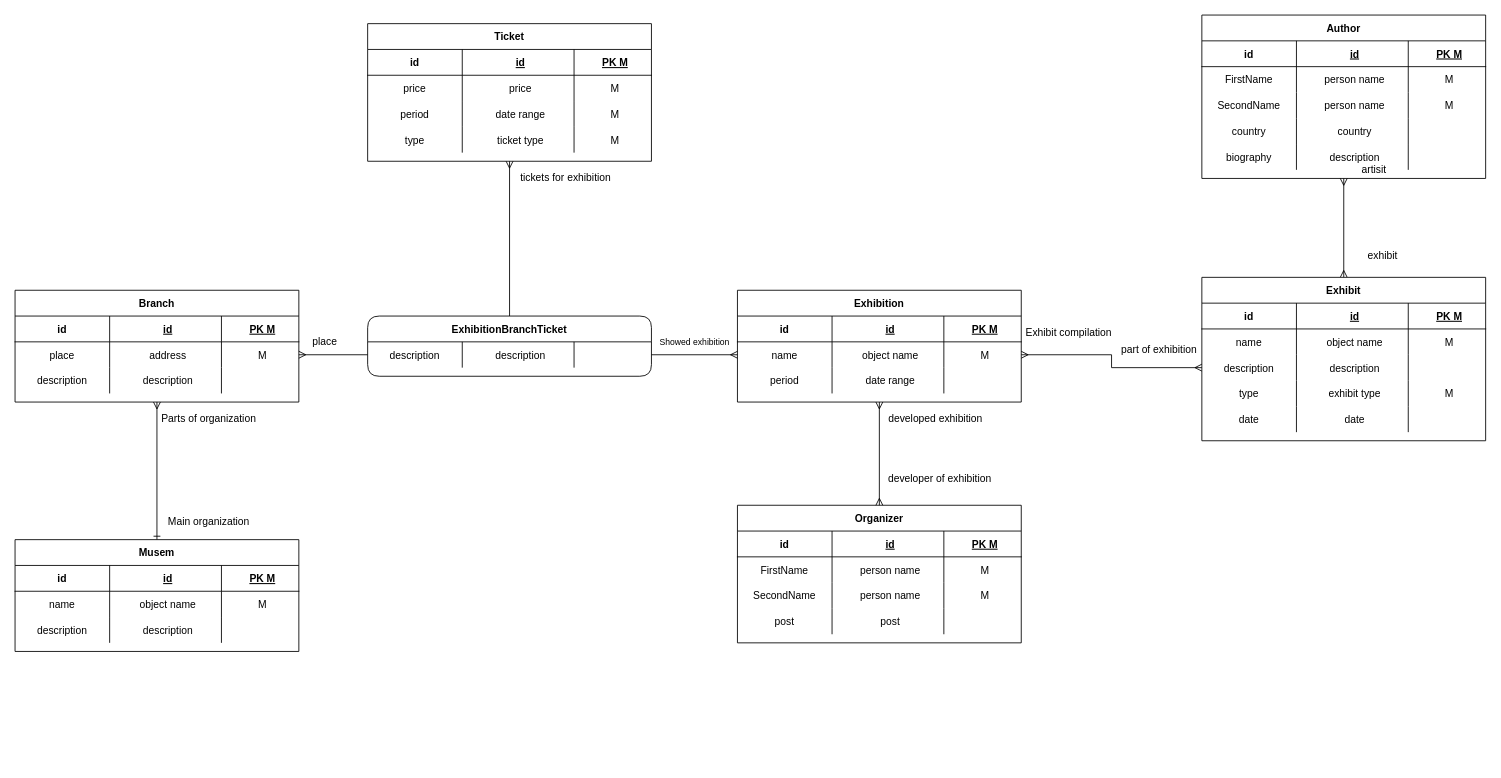
sergalb/db-musem-project keeps this draw.io diagram as Musem.drawio. Above is the earlier version. Source tidied: cells renumbered, new cells numbered last; positions are measured from the earlier drawing's top-left corner, leaving out a move shared by most shapes. Both pictures are drawn from the tidied source at 86%, with x=0, y=0 at pixel (15, 15).
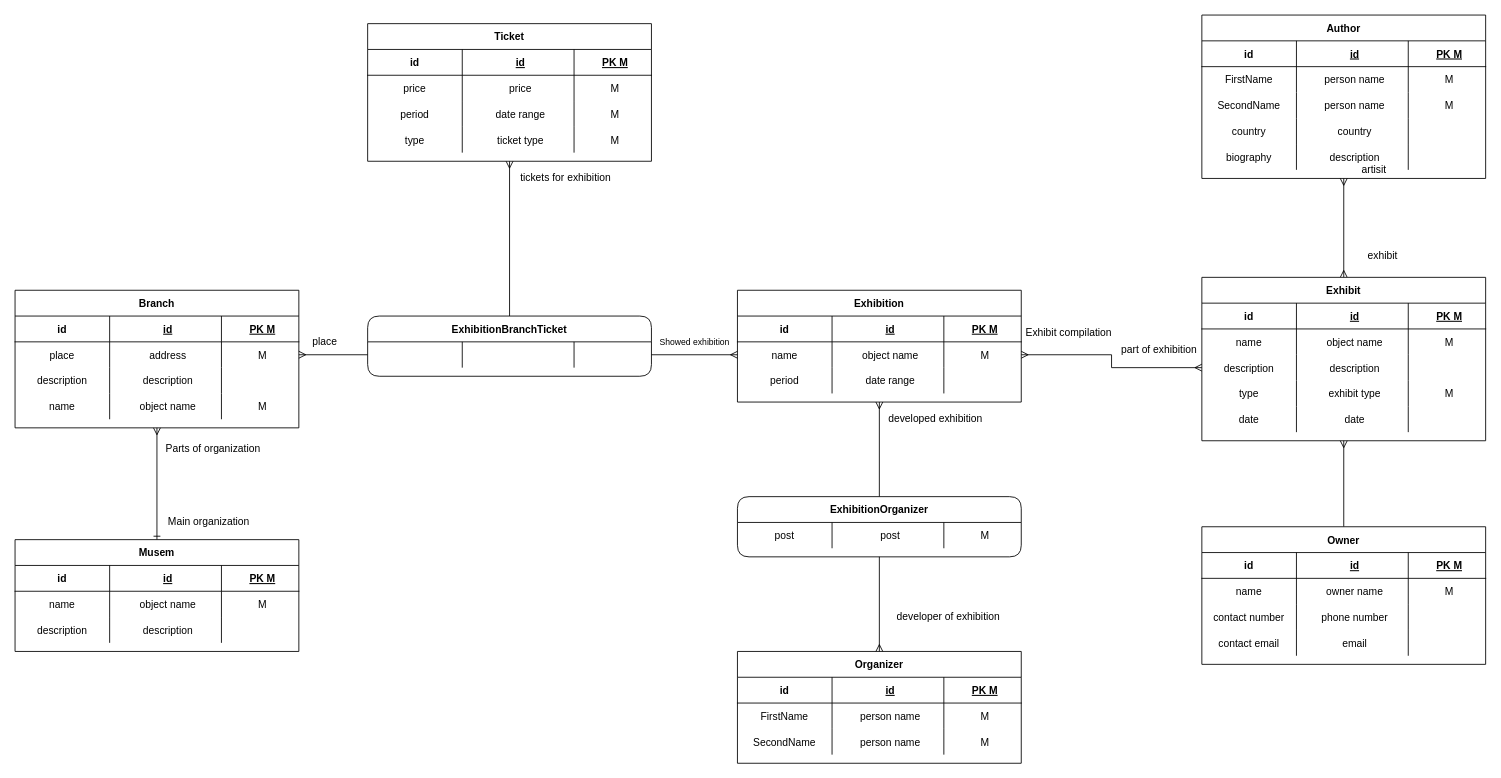
The same page after the edit.

Unchanged cells that the change refers to:
```xml
<mxCell id="30" value="Exhibit" style="shape=table;startSize=30;childLayout=tableLayout;rowLines=0;fontStyle=1;align=center;" parent="1" vertex="1">
  <mxGeometry x="1380" y="305" width="330" height="190" as="geometry" />
</mxCell>
<mxCell id="90" value="Exhibition" style="shape=table;startSize=30;childLayout=tableLayout;rowLines=0;fontStyle=1;align=center;" parent="1" vertex="1">
  <mxGeometry x="840" y="320" width="330" height="130" as="geometry" />
</mxCell>
<mxCell id="123" style="shape=partialRectangle;fillColor=none;top=0;left=0;bottom=0;right=0;points=[[0,0.5],[1,0.5]];portConstraint=eastwest;align=center;" parent="122" vertex="1">
  <mxGeometry y="30" width="330" height="30" as="geometry" />
</mxCell>
```

Change to the diagram source:
```diff
@@
     <mxCell id="16" value="Branch" style="shape=table;startSize=30;childLayout=tableLayout;rowLines=0;fontStyle=1;align=center;" parent="1" vertex="1">
-      <mxGeometry y="320" width="330" height="130" as="geometry" />
+      <mxGeometry y="320" width="330" height="160" as="geometry" />
     </mxCell>
@@
+    <mxCell id="140" style="shape=partialRectangle;fillColor=none;top=0;left=0;bottom=0;right=0;align=center;" parent="16" vertex="1">
+      <mxGeometry y="120" width="330" height="30" as="geometry" />
+    </mxCell>
+    <mxCell id="141" value="name" style="shape=partialRectangle;fillColor=none;top=0;left=0;bottom=0;right=0;overflow=hidden;align=center;" parent="140" vertex="1">
+      <mxGeometry width="110" height="30" as="geometry" />
+    </mxCell>
+    <mxCell id="142" value="object name" style="shape=partialRectangle;fillColor=none;top=0;left=0;bottom=0;right=0;align=center;spacingLeft=6;overflow=hidden;" parent="140" vertex="1">
+      <mxGeometry x="110" width="130" height="30" as="geometry" />
+    </mxCell>
+    <mxCell id="143" value="M" style="shape=partialRectangle;fillColor=none;top=0;left=0;bottom=0;right=0;align=center;spacingLeft=6;overflow=hidden;" parent="140" vertex="1">
+      <mxGeometry x="240" width="90" height="30" as="geometry" />
+    </mxCell>
@@
     <mxCell id="72" value="Organizer" style="shape=table;startSize=30;childLayout=tableLayout;rowLines=0;fontStyle=1;align=center;" parent="1" vertex="1">
-      <mxGeometry x="840" y="570" width="330" height="160" as="geometry" />
+      <mxGeometry x="840" y="740" width="330" height="130" as="geometry" />
     </mxCell>
@@
-    <mxCell id="85" style="shape=partialRectangle;fillColor=none;top=0;left=0;bottom=0;right=0;align=center;" parent="72" vertex="1">
-      <mxGeometry y="120" width="330" height="30" as="geometry" />
-    </mxCell>
-    <mxCell id="86" value="post" style="shape=partialRectangle;fillColor=none;top=0;left=0;bottom=0;right=0;overflow=hidden;align=center;" parent="85" vertex="1">
-      <mxGeometry width="110" height="30" as="geometry" />
-    </mxCell>
-    <mxCell id="87" value="post" style="shape=partialRectangle;fillColor=none;top=0;left=0;bottom=0;right=0;align=center;spacingLeft=6;overflow=hidden;" parent="85" vertex="1">
-      <mxGeometry x="110" width="130" height="30" as="geometry" />
-    </mxCell>
-    <mxCell id="88" style="shape=partialRectangle;fillColor=none;top=0;left=0;bottom=0;right=0;align=center;spacingLeft=6;overflow=hidden;" parent="85" vertex="1">
-      <mxGeometry x="240" width="90" height="30" as="geometry" />
-    </mxCell>
-    <mxCell id="89" style="edgeStyle=orthogonalEdgeStyle;rounded=0;jettySize=auto;html=1;exitX=0.5;exitY=1;exitDx=0;exitDy=0;entryX=0.5;entryY=0;entryDx=0;entryDy=0;startArrow=ERmany;startFill=0;endArrow=ERmany;endFill=0;" parent="1" edge="1" source="90" target="72">
-      <mxGeometry relative="1" as="geometry" />
-    </mxCell>
@@
-    <mxCell id="124" value="description" style="shape=partialRectangle;fillColor=none;top=0;left=0;bottom=0;right=0;overflow=hidden;align=center;" parent="123" vertex="1">
+    <mxCell id="124" style="shape=partialRectangle;fillColor=none;top=0;left=0;bottom=0;right=0;overflow=hidden;align=center;" parent="123" vertex="1">
       <mxGeometry width="110" height="30" as="geometry" />
     </mxCell>
-    <mxCell id="125" value="description" style="shape=partialRectangle;fillColor=none;top=0;left=0;bottom=0;right=0;align=center;spacingLeft=6;overflow=hidden;" parent="123" vertex="1">
+    <mxCell id="125" style="shape=partialRectangle;fillColor=none;top=0;left=0;bottom=0;right=0;align=center;spacingLeft=6;overflow=hidden;" parent="123" vertex="1">
       <mxGeometry x="110" width="130" height="30" as="geometry" />
     </mxCell>
@@
     <mxCell id="130" value="Parts of organization" style="text;html=1;align=center;verticalAlign=middle;fillColor=none;strokeColor=none;rounded=0;" parent="1" vertex="1">
-      <mxGeometry x="165" y="460" width="120" height="20" as="geometry" />
+      <mxGeometry x="170" y="495" width="120" height="20" as="geometry" />
     </mxCell>
@@
     <mxCell id="135" value="&lt;div&gt;developer of exhibition&lt;/div&gt;" style="text;html=1;align=center;verticalAlign=middle;" parent="1" vertex="1">
-      <mxGeometry x="1010" y="530" width="130" height="20" as="geometry" />
+      <mxGeometry x="1020" y="690" width="130" height="20" as="geometry" />
     </mxCell>
@@
+    <mxCell id="144" style="edgeStyle=orthogonalEdgeStyle;rounded=0;jettySize=auto;html=1;exitX=0.5;exitY=0;exitDx=0;exitDy=0;entryX=0.5;entryY=1;entryDx=0;entryDy=0;startArrow=none;startFill=0;endArrow=ERmany;endFill=0;" parent="1" edge="1" source="145" target="30">
+      <mxGeometry relative="1" as="geometry" />
+    </mxCell>
+    <mxCell id="145" value="Owner" style="shape=table;startSize=30;childLayout=tableLayout;rowLines=0;fontStyle=1;align=center;" parent="1" vertex="1">
+      <mxGeometry x="1380" y="595" width="330" height="160" as="geometry" />
+    </mxCell>
+    <mxCell id="146" style="shape=partialRectangle;fillColor=none;top=0;left=0;bottom=1;right=0;align=center;" parent="145" vertex="1">
+      <mxGeometry y="30" width="330" height="30" as="geometry" />
+    </mxCell>
+    <mxCell id="147" value="id" style="shape=partialRectangle;fillColor=none;top=0;left=0;bottom=0;right=0;fontStyle=1;overflow=hidden;align=center;" parent="146" vertex="1">
+      <mxGeometry width="110" height="30" as="geometry" />
+    </mxCell>
+    <mxCell id="148" value="id" style="shape=partialRectangle;fillColor=none;top=0;left=0;bottom=0;right=0;align=center;spacingLeft=6;fontStyle=5;overflow=hidden;" parent="146" vertex="1">
+      <mxGeometry x="110" width="130" height="30" as="geometry" />
+    </mxCell>
+    <mxCell id="149" value="PK M" style="shape=partialRectangle;fillColor=none;top=0;left=0;bottom=0;right=0;align=center;spacingLeft=6;fontStyle=5;overflow=hidden;" parent="146" vertex="1">
+      <mxGeometry x="240" width="90" height="30" as="geometry" />
+    </mxCell>
+    <mxCell id="150" style="shape=partialRectangle;fillColor=none;top=0;left=0;bottom=0;right=0;align=center;" parent="145" vertex="1">
+      <mxGeometry y="60" width="330" height="30" as="geometry" />
+    </mxCell>
+    <mxCell id="151" value="name" style="shape=partialRectangle;fillColor=none;top=0;left=0;bottom=0;right=0;overflow=hidden;align=center;" parent="150" vertex="1">
+      <mxGeometry width="110" height="30" as="geometry" />
+    </mxCell>
+    <mxCell id="152" value="owner name" style="shape=partialRectangle;fillColor=none;top=0;left=0;bottom=0;right=0;align=center;spacingLeft=6;overflow=hidden;" parent="150" vertex="1">
+      <mxGeometry x="110" width="130" height="30" as="geometry" />
+    </mxCell>
+    <mxCell id="153" value="M" style="shape=partialRectangle;fillColor=none;top=0;left=0;bottom=0;right=0;align=center;spacingLeft=6;overflow=hidden;" parent="150" vertex="1">
+      <mxGeometry x="240" width="90" height="30" as="geometry" />
+    </mxCell>
+    <mxCell id="154" style="shape=partialRectangle;fillColor=none;top=0;left=0;bottom=0;right=0;align=center;" parent="145" vertex="1">
+      <mxGeometry y="90" width="330" height="30" as="geometry" />
+    </mxCell>
+    <mxCell id="155" value="contact number" style="shape=partialRectangle;fillColor=none;top=0;left=0;bottom=0;right=0;overflow=hidden;align=center;" parent="154" vertex="1">
+      <mxGeometry width="110" height="30" as="geometry" />
+    </mxCell>
+    <mxCell id="156" value="phone number" style="shape=partialRectangle;fillColor=none;top=0;left=0;bottom=0;right=0;align=center;spacingLeft=6;overflow=hidden;" parent="154" vertex="1">
+      <mxGeometry x="110" width="130" height="30" as="geometry" />
+    </mxCell>
+    <mxCell id="157" style="shape=partialRectangle;fillColor=none;top=0;left=0;bottom=0;right=0;align=center;spacingLeft=6;overflow=hidden;" parent="154" vertex="1">
+      <mxGeometry x="240" width="90" height="30" as="geometry" />
+    </mxCell>
+    <mxCell id="158" style="shape=partialRectangle;fillColor=none;top=0;left=0;bottom=0;right=0;align=center;" parent="145" vertex="1">
+      <mxGeometry y="120" width="330" height="30" as="geometry" />
+    </mxCell>
+    <mxCell id="159" value="contact email" style="shape=partialRectangle;fillColor=none;top=0;left=0;bottom=0;right=0;overflow=hidden;align=center;" parent="158" vertex="1">
+      <mxGeometry width="110" height="30" as="geometry" />
+    </mxCell>
+    <mxCell id="160" value="email" style="shape=partialRectangle;fillColor=none;top=0;left=0;bottom=0;right=0;align=center;spacingLeft=6;overflow=hidden;" parent="158" vertex="1">
+      <mxGeometry x="110" width="130" height="30" as="geometry" />
+    </mxCell>
+    <mxCell id="161" style="shape=partialRectangle;fillColor=none;top=0;left=0;bottom=0;right=0;align=center;spacingLeft=6;overflow=hidden;" parent="158" vertex="1">
+      <mxGeometry x="240" width="90" height="30" as="geometry" />
+    </mxCell>
+    <mxCell id="162" style="edgeStyle=orthogonalEdgeStyle;rounded=0;jettySize=auto;html=1;exitX=0.5;exitY=1;exitDx=0;exitDy=0;startArrow=none;startFill=0;endArrow=ERmany;endFill=0;" parent="1" edge="1" source="164" target="72">
+      <mxGeometry relative="1" as="geometry" />
+    </mxCell>
+    <mxCell id="163" style="edgeStyle=orthogonalEdgeStyle;rounded=0;jettySize=auto;html=1;exitX=0.5;exitY=0;exitDx=0;exitDy=0;entryX=0.5;entryY=1;entryDx=0;entryDy=0;startArrow=none;startFill=0;endArrow=ERmany;endFill=0;" parent="1" edge="1" source="164" target="90">
+      <mxGeometry relative="1" as="geometry" />
+    </mxCell>
+    <mxCell id="164" value="ExhibitionOrganizer" style="shape=table;startSize=30;childLayout=tableLayout;rowLines=0;fontStyle=1;align=center;rounded=1;" parent="1" vertex="1">
+      <mxGeometry x="840" y="560" width="330" height="70" as="geometry" />
+    </mxCell>
+    <mxCell id="165" style="shape=partialRectangle;fillColor=none;top=0;left=0;bottom=0;right=0;align=center;" parent="164" vertex="1">
+      <mxGeometry y="30" width="330" height="30" as="geometry" />
+    </mxCell>
+    <mxCell id="86" value="post" style="shape=partialRectangle;fillColor=none;top=0;left=0;bottom=0;right=0;overflow=hidden;align=center;" parent="165" vertex="1">
+      <mxGeometry width="110" height="30" as="geometry" />
+    </mxCell>
+    <mxCell id="87" value="post" style="shape=partialRectangle;fillColor=none;top=0;left=0;bottom=0;right=0;align=center;spacingLeft=6;overflow=hidden;" parent="165" vertex="1">
+      <mxGeometry x="110" width="130" height="30" as="geometry" />
+    </mxCell>
+    <mxCell id="166" value="M" style="shape=partialRectangle;fillColor=none;top=0;left=0;bottom=0;right=0;align=center;spacingLeft=6;overflow=hidden;" parent="165" vertex="1">
+      <mxGeometry x="240" width="90" height="30" as="geometry" />
+    </mxCell>
```
